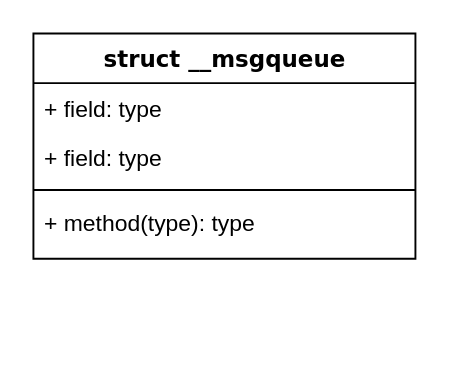
Earlier version of the draw.io diagram docs/未命名绘图.drawio (hummer123/workflow). Source tidied: cells renumbered, new cells numbered last; positions are measured from the earlier drawing's top-left corner, leaving out a move shared by most shapes. Both pictures are drawn from the tidied source at 191%, with x=0, y=0 at pixel (32, 32).
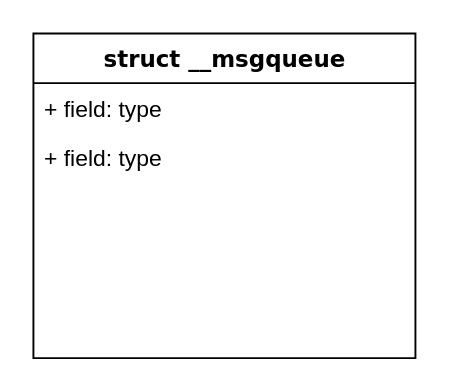
The same page after the edit.

Commit message:
更新未命名绘图.drawio

Diff of the diagram source:
```diff
@@
 <mxGraphModel>
   <root>
     <mxCell id="0" />
     <mxCell id="1" parent="0" />
     <mxCell id="2" value="struct __msgqueue" style="swimlane;html=1;fontStyle=1;align=center;verticalAlign=top;horizontal=1;startSize=26;swimlaneFillColor=#ffffff;rounded=0;shadow=0;comic=0;labelBackgroundColor=none;strokeWidth=1;fillColor=none;fontFamily=Verdana;fontSize=12;" parent="1" vertex="1">
-      <mxGeometry width="200" height="118" as="geometry" />
+      <mxGeometry width="200" height="170" as="geometry" />
     </mxCell>
     <mxCell id="3" value="+ field: type" style="text;html=1;strokeColor=none;fillColor=none;align=left;verticalAlign=top;spacingLeft=4;spacingRight=4;whiteSpace=wrap;overflow=hidden;" parent="2" vertex="1">
       <mxGeometry y="26" width="200" height="26" as="geometry" />
     </mxCell>
     <mxCell id="4" value="+ field: type" style="text;html=1;strokeColor=none;fillColor=none;align=left;verticalAlign=top;spacingLeft=4;spacingRight=4;whiteSpace=wrap;overflow=hidden;" parent="2" vertex="1">
       <mxGeometry y="52" width="200" height="26" as="geometry" />
     </mxCell>
-    <mxCell id="5" style="line;html=1;strokeWidth=1;fillColor=none;align=left;verticalAlign=middle;spacingTop=-1;spacingLeft=3;spacingRight=3;labelPosition=right;" parent="2" vertex="1">
-      <mxGeometry y="78" width="200" height="8" as="geometry" />
-    </mxCell>
-    <mxCell id="6" value="+ method(type): type" style="text;html=1;strokeColor=none;fillColor=none;align=left;verticalAlign=top;spacingLeft=4;spacingRight=4;whiteSpace=wrap;overflow=hidden;" parent="2" vertex="1">
-      <mxGeometry y="86" width="200" height="26" as="geometry" />
-    </mxCell>
   </root>
 </mxGraphModel>
```
